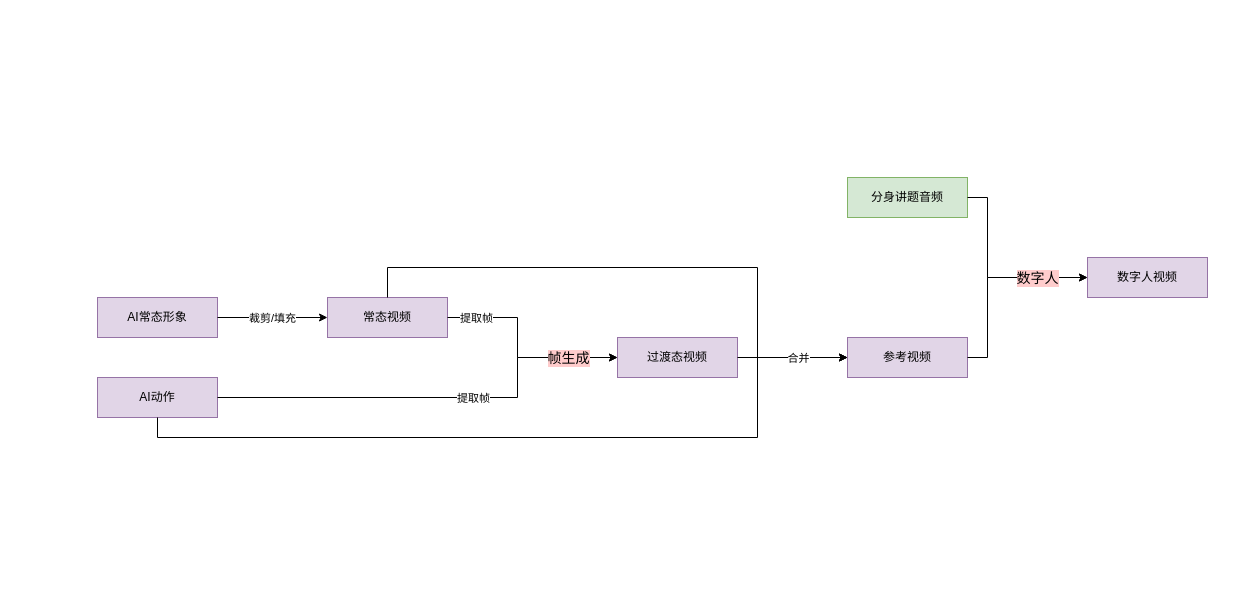
Before: page "第 2 页" (2 of 4) of draw.io/数字人1.drawio in straicat/netdisk, a draw.io diagram. Source tidied: cells renumbered, new cells numbered last; positions are measured from the earlier drawing's top-left corner, leaving out a move shared by most shapes. Both pictures are drawn from the tidied source at 100%, with x=0, y=0 at pixel (97, 177).
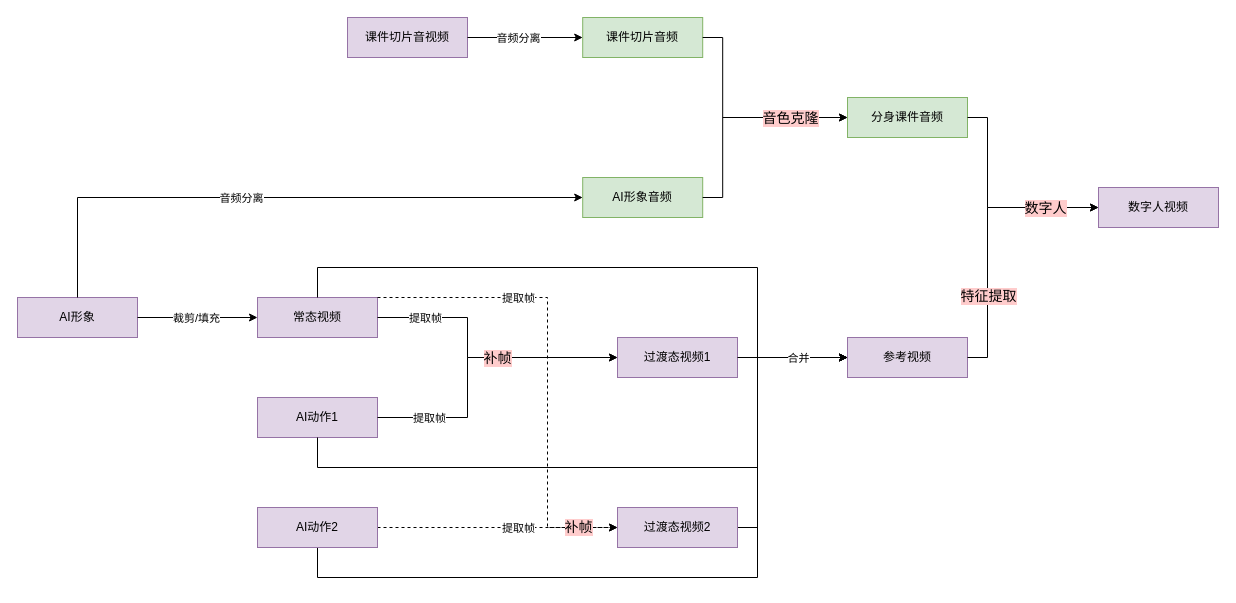
The same page after the edit.

Unchanged cells that the change refers to:
```xml
<mxCell id="14" value="参考视频" style="rounded=0;whiteSpace=wrap;html=1;fillColor=#e1d5e7;strokeColor=#9673a6;" parent="1" vertex="1">
  <mxGeometry x="750" y="160" width="120" height="40" as="geometry" />
</mxCell>
```

Change to the diagram source:
```diff
@@
+    <mxCell id="23" style="endArrow=classic;html=1;rounded=0;exitX=1;exitY=0.5;exitDx=0;exitDy=0;entryX=0;entryY=0.5;entryDx=0;entryDy=0;" parent="1" edge="1" source="38" target="14">
+      <mxGeometry relative="1" as="geometry">
+        <Array as="points">
+          <mxPoint x="660" y="350" />
+          <mxPoint x="660" y="180" />
+        </Array>
+      </mxGeometry>
+    </mxCell>
+    <mxCell id="24" style="endArrow=classic;html=1;rounded=0;entryX=0;entryY=0.5;entryDx=0;entryDy=0;exitX=0.5;exitY=1;exitDx=0;exitDy=0;" parent="1" edge="1" source="27" target="14">
+      <mxGeometry relative="1" as="geometry">
+        <Array as="points">
+          <mxPoint x="220" y="400" />
+          <mxPoint x="660" y="400" />
+          <mxPoint x="660" y="180" />
+        </Array>
+      </mxGeometry>
+    </mxCell>
+    <mxCell id="25" style="endArrow=classic;html=1;rounded=0;exitX=1;exitY=0.5;exitDx=0;exitDy=0;entryX=0;entryY=0.5;entryDx=0;entryDy=0;dashed=1;" parent="1" edge="1" source="27" target="38">
+      <mxGeometry relative="1" as="geometry" />
+    </mxCell>
-    <mxCell id="2" value="分身讲题音频" style="rounded=0;whiteSpace=wrap;html=1;fillColor=#d5e8d4;strokeColor=#82b366;" parent="1" vertex="1">
-      <mxGeometry x="750" width="120" height="40" as="geometry" />
+    <mxCell id="2" value="分身课件音频" style="rounded=0;whiteSpace=wrap;html=1;fillColor=#d5e8d4;strokeColor=#82b366;" parent="1" vertex="1">
+      <mxGeometry x="750" y="-80" width="120" height="40" as="geometry" />
     </mxCell>
-    <mxCell id="3" value="AI常态形象" style="rounded=0;whiteSpace=wrap;html=1;fillColor=#e1d5e7;strokeColor=#9673a6;" parent="1" vertex="1">
-      <mxGeometry y="120" width="120" height="40" as="geometry" />
+    <mxCell id="3" value="AI形象" style="rounded=0;whiteSpace=wrap;html=1;fillColor=#e1d5e7;strokeColor=#9673a6;" parent="1" vertex="1">
+      <mxGeometry x="-80" y="120" width="120" height="40" as="geometry" />
     </mxCell>
-    <mxCell id="4" value="AI动作" style="rounded=0;whiteSpace=wrap;html=1;fillColor=#e1d5e7;strokeColor=#9673a6;" parent="1" vertex="1">
-      <mxGeometry y="200" width="120" height="40" as="geometry" />
+    <mxCell id="4" value="AI动作1" style="rounded=0;whiteSpace=wrap;html=1;fillColor=#e1d5e7;strokeColor=#9673a6;" parent="1" vertex="1">
+      <mxGeometry x="160" y="220" width="120" height="40" as="geometry" />
     </mxCell>
-    <mxCell id="5" value="过渡态视频" style="rounded=0;whiteSpace=wrap;html=1;fillColor=#e1d5e7;strokeColor=#9673a6;" parent="1" vertex="1">
+    <mxCell id="5" value="过渡态视频1" style="rounded=0;whiteSpace=wrap;html=1;fillColor=#e1d5e7;strokeColor=#9673a6;" parent="1" vertex="1">
       <mxGeometry x="520" y="160" width="120" height="40" as="geometry" />
     </mxCell>
     <mxCell id="6" value="常态视频" style="rounded=0;whiteSpace=wrap;html=1;fillColor=#e1d5e7;strokeColor=#9673a6;" parent="1" vertex="1">
-      <mxGeometry x="230" y="120" width="120" height="40" as="geometry" />
+      <mxGeometry x="160" y="120" width="120" height="40" as="geometry" />
     </mxCell>
@@
     <mxCell id="9" style="endArrow=classic;html=1;rounded=0;exitX=1;exitY=0.5;exitDx=0;exitDy=0;entryX=0;entryY=0.5;entryDx=0;entryDy=0;" parent="1" edge="1" source="4" target="5">
       <mxGeometry relative="1" as="geometry">
         <Array as="points">
-          <mxPoint x="420" y="220" />
-          <mxPoint x="420" y="180" />
+          <mxPoint x="370" y="240" />
+          <mxPoint x="370" y="180" />
         </Array>
       </mxGeometry>
     </mxCell>
     <mxCell id="10" value="提取帧" style="edgeLabel;html=1;align=center;verticalAlign=middle;" parent="9" vertex="1">
       <mxGeometry x="-0.49" y="3" relative="1" as="geometry">
-        <mxPoint x="143" y="3" as="offset" />
+        <mxPoint x="-26" y="3" as="offset" />
       </mxGeometry>
     </mxCell>
     <mxCell id="11" style="endArrow=classic;html=1;rounded=0;exitX=1;exitY=0.5;exitDx=0;exitDy=0;entryX=0;entryY=0.5;entryDx=0;entryDy=0;" parent="1" edge="1" source="6" target="5">
       <mxGeometry relative="1" as="geometry">
         <Array as="points">
-          <mxPoint x="420" y="140" />
-          <mxPoint x="420" y="180" />
+          <mxPoint x="370" y="140" />
+          <mxPoint x="370" y="180" />
         </Array>
       </mxGeometry>
     </mxCell>
     <mxCell id="12" value="提取帧" style="edgeLabel;html=1;align=center;verticalAlign=middle;" parent="11" vertex="1">
       <mxGeometry x="-0.8" y="-1" relative="1" as="geometry">
-        <mxPoint x="7" y="-1" as="offset" />
+        <mxPoint x="19" y="-1" as="offset" />
       </mxGeometry>
     </mxCell>
-    <mxCell id="13" value="帧生成" style="edgeLabel;html=1;align=center;verticalAlign=middle;labelBackgroundColor=#FFCCCC;fontSize=14;" parent="11" vertex="1">
+    <mxCell id="13" value="补帧" style="edgeLabel;html=1;align=center;verticalAlign=middle;labelBackgroundColor=#FFCCCC;fontSize=14;" parent="11" vertex="1">
       <mxGeometry x="0.31" relative="1" as="geometry">
-        <mxPoint x="22" as="offset" />
+        <mxPoint x="-24" as="offset" />
       </mxGeometry>
     </mxCell>
@@
     <mxCell id="15" style="endArrow=classic;html=1;rounded=0;exitX=0.5;exitY=0;exitDx=0;exitDy=0;entryX=0;entryY=0.5;entryDx=0;entryDy=0;" parent="1" edge="1" source="6" target="14">
       <mxGeometry relative="1" as="geometry">
         <Array as="points">
-          <mxPoint x="290" y="90" />
+          <mxPoint x="220" y="90" />
           <mxPoint x="660" y="90" />
           <mxPoint x="660" y="180" />
         </Array>
       </mxGeometry>
     </mxCell>
-    <mxCell id="16" style="endArrow=classic;html=1;rounded=0;exitX=0.5;exitY=1;exitDx=0;exitDy=0;entryX=0;entryY=0.5;entryDx=0;entryDy=0;" parent="1" edge="1" source="4" target="14">
+    <mxCell id="16" style="endArrow=classic;html=1;rounded=0;entryX=0;entryY=0.5;entryDx=0;entryDy=0;exitX=0.5;exitY=1;exitDx=0;exitDy=0;" parent="1" edge="1" source="4" target="14">
       <mxGeometry relative="1" as="geometry">
         <Array as="points">
-          <mxPoint x="60" y="260" />
-          <mxPoint x="660" y="260" />
+          <mxPoint x="220" y="290" />
+          <mxPoint x="660" y="290" />
           <mxPoint x="660" y="180" />
         </Array>
       </mxGeometry>
     </mxCell>
@@
     <mxCell id="19" value="数字人视频" style="rounded=0;whiteSpace=wrap;html=1;fillColor=#e1d5e7;strokeColor=#9673a6;" parent="1" vertex="1">
-      <mxGeometry x="990" y="80" width="120" height="40" as="geometry" />
+      <mxGeometry x="1001" y="10" width="120" height="40" as="geometry" />
     </mxCell>
     <mxCell id="20" style="endArrow=classic;html=1;rounded=0;exitX=1;exitY=0.5;exitDx=0;exitDy=0;entryX=0;entryY=0.5;entryDx=0;entryDy=0;" parent="1" edge="1" source="2" target="19">
       <mxGeometry relative="1" as="geometry">
         <Array as="points">
-          <mxPoint x="890" y="20" />
-          <mxPoint x="890" y="100" />
+          <mxPoint x="890" y="-60" />
+          <mxPoint x="890" y="30" />
         </Array>
       </mxGeometry>
     </mxCell>
     <mxCell id="21" style="endArrow=classic;html=1;rounded=0;exitX=1;exitY=0.5;exitDx=0;exitDy=0;entryX=0;entryY=0.5;entryDx=0;entryDy=0;" parent="1" edge="1" source="14" target="19">
       <mxGeometry relative="1" as="geometry">
         <Array as="points">
           <mxPoint x="890" y="180" />
-          <mxPoint x="890" y="100" />
+          <mxPoint x="890" y="30" />
         </Array>
       </mxGeometry>
     </mxCell>
     <mxCell id="22" value="数字人" style="edgeLabel;html=1;align=center;verticalAlign=middle;fontSize=14;labelBackgroundColor=#FFCCCC;" parent="21" vertex="1">
       <mxGeometry x="0.49" y="2" relative="1" as="geometry">
-        <mxPoint y="2" as="offset" />
+        <mxPoint x="18" y="2" as="offset" />
       </mxGeometry>
     </mxCell>
+    <mxCell id="26" value="特征提取" style="edgeLabel;html=1;align=center;verticalAlign=middle;fontSize=14;labelBackgroundColor=#FFCCCC;" parent="21" vertex="1">
+      <mxGeometry x="-0.46" relative="1" as="geometry">
+        <mxPoint y="-6" as="offset" />
+      </mxGeometry>
+    </mxCell>
+    <mxCell id="27" value="AI动作2" style="rounded=0;whiteSpace=wrap;html=1;fillColor=#e1d5e7;strokeColor=#9673a6;" parent="1" vertex="1">
+      <mxGeometry x="160" y="330" width="120" height="40" as="geometry" />
+    </mxCell>
+    <mxCell id="28" value="课件切片音视频" style="rounded=0;whiteSpace=wrap;html=1;fillColor=#e1d5e7;strokeColor=#9673a6;" parent="1" vertex="1">
+      <mxGeometry x="250" y="-160" width="120" height="40" as="geometry" />
+    </mxCell>
+    <mxCell id="29" value="课件切片音频" style="rounded=0;whiteSpace=wrap;html=1;fillColor=#d5e8d4;strokeColor=#82b366;" parent="1" vertex="1">
+      <mxGeometry x="485.2" y="-160" width="120" height="40" as="geometry" />
+    </mxCell>
+    <mxCell id="30" value="AI形象音频" style="rounded=0;whiteSpace=wrap;html=1;fillColor=#d5e8d4;strokeColor=#82b366;" parent="1" vertex="1">
+      <mxGeometry x="485.2" width="120" height="40" as="geometry" />
+    </mxCell>
+    <mxCell id="31" style="endArrow=classic;html=1;rounded=0;exitX=1;exitY=0.5;exitDx=0;exitDy=0;entryX=0;entryY=0.5;entryDx=0;entryDy=0;" parent="1" edge="1" source="28" target="29">
+      <mxGeometry relative="1" as="geometry" />
+    </mxCell>
+    <mxCell id="32" value="音频分离" style="edgeLabel;html=1;align=center;verticalAlign=middle;" parent="31" vertex="1">
+      <mxGeometry x="-0.13" relative="1" as="geometry" />
+    </mxCell>
+    <mxCell id="33" style="endArrow=classic;html=1;rounded=0;exitX=0.5;exitY=0;exitDx=0;exitDy=0;entryX=0;entryY=0.5;entryDx=0;entryDy=0;" parent="1" edge="1" source="3" target="30">
+      <mxGeometry relative="1" as="geometry">
+        <Array as="points">
+          <mxPoint x="-20" y="20" />
+        </Array>
+      </mxGeometry>
+    </mxCell>
+    <mxCell id="34" value="音频分离" style="edgeLabel;html=1;align=center;verticalAlign=middle;" parent="33" vertex="1">
+      <mxGeometry x="-0.13" relative="1" as="geometry" />
+    </mxCell>
+    <mxCell id="35" style="endArrow=classic;html=1;rounded=0;exitX=1;exitY=0.5;exitDx=0;exitDy=0;entryX=0;entryY=0.5;entryDx=0;entryDy=0;" parent="1" edge="1" source="29" target="2">
+      <mxGeometry relative="1" as="geometry">
+        <Array as="points">
+          <mxPoint x="625.2" y="-140" />
+          <mxPoint x="625.2" y="-60" />
+        </Array>
+      </mxGeometry>
+    </mxCell>
+    <mxCell id="36" style="endArrow=classic;html=1;rounded=0;exitX=1;exitY=0.5;exitDx=0;exitDy=0;entryX=0;entryY=0.5;entryDx=0;entryDy=0;" parent="1" edge="1" source="30" target="2">
+      <mxGeometry relative="1" as="geometry">
+        <Array as="points">
+          <mxPoint x="625.2" y="20" />
+          <mxPoint x="625.2" y="-60" />
+        </Array>
+      </mxGeometry>
+    </mxCell>
+    <mxCell id="37" value="音色克隆" style="edgeLabel;html=1;align=center;verticalAlign=middle;fontSize=14;labelBackgroundColor=#FFCCCC;" parent="36" vertex="1">
+      <mxGeometry x="0.28" y="1" relative="1" as="geometry">
+        <mxPoint x="23" y="1" as="offset" />
+      </mxGeometry>
+    </mxCell>
+    <mxCell id="38" value="过渡态视频2" style="rounded=0;whiteSpace=wrap;html=1;fillColor=#e1d5e7;strokeColor=#9673a6;" parent="1" vertex="1">
+      <mxGeometry x="520" y="330" width="120" height="40" as="geometry" />
+    </mxCell>
+    <mxCell id="39" style="endArrow=classic;html=1;rounded=0;exitX=1;exitY=0;exitDx=0;exitDy=0;entryX=0;entryY=0.5;entryDx=0;entryDy=0;dashed=1;" parent="1" edge="1" source="6" target="38">
+      <mxGeometry relative="1" as="geometry">
+        <Array as="points">
+          <mxPoint x="450" y="120" />
+          <mxPoint x="450" y="350" />
+        </Array>
+      </mxGeometry>
+    </mxCell>
+    <mxCell id="40" value="提取帧" style="edgeLabel;html=1;align=center;verticalAlign=middle;" parent="39" vertex="1">
+      <mxGeometry x="-0.8" y="-1" relative="1" as="geometry">
+        <mxPoint x="93" y="-1" as="offset" />
+      </mxGeometry>
+    </mxCell>
+    <mxCell id="41" value="补帧" style="edgeLabel;html=1;align=center;verticalAlign=middle;labelBackgroundColor=#FFCCCC;fontSize=14;" parent="39" vertex="1">
+      <mxGeometry x="0.31" relative="1" as="geometry">
+        <mxPoint x="30" y="91" as="offset" />
+      </mxGeometry>
+    </mxCell>
+    <mxCell id="42" value="提取帧" style="edgeLabel;html=1;align=center;verticalAlign=middle;" parent="1" vertex="1">
+      <mxGeometry x="420" y="350" as="geometry" />
+    </mxCell>
```
